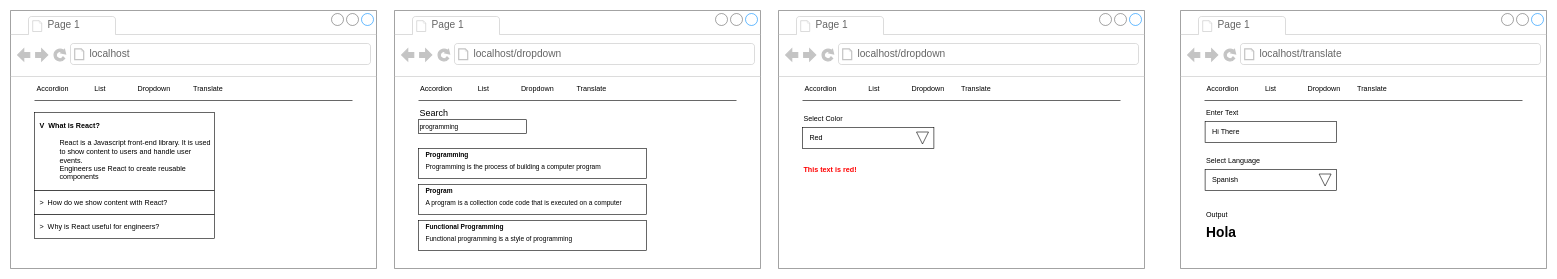
Above: page "01 - mock" (1 of 6) of diagrams/widgets/04.drawio in HappySuzuki/redux-code (draw.io), before the change. Source tidied: cells renumbered, new cells numbered last; positions are measured from the earlier drawing's top-left corner, leaving out a move shared by most shapes. Both pictures are drawn from the tidied source at 60%, with x=0, y=0 at pixel (10, 10).
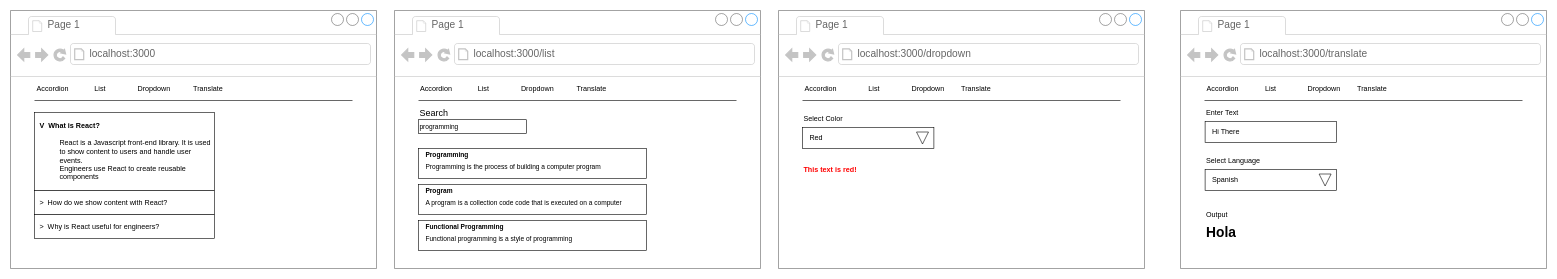
After the change.

Unchanged cells that the change refers to:
```xml
<mxCell id="2" style="strokeWidth=1;shadow=0;dashed=0;align=center;html=1;shape=mxgraph.mockup.containers.browserWindow;rSize=0;strokeColor=#666666;strokeColor2=#008cff;strokeColor3=#c4c4c4;mainText=,;" parent="1" vertex="1">
  <mxGeometry width="610" height="430" as="geometry" />
</mxCell>
<mxCell id="13" style="strokeWidth=1;shadow=0;dashed=0;align=center;html=1;shape=mxgraph.mockup.containers.browserWindow;rSize=0;strokeColor=#666666;strokeColor2=#008cff;strokeColor3=#c4c4c4;mainText=,;" parent="1" vertex="1">
  <mxGeometry x="1280" width="610" height="430" as="geometry" />
</mxCell>
<mxCell id="26" style="strokeWidth=1;shadow=0;dashed=0;align=center;html=1;shape=mxgraph.mockup.containers.browserWindow;rSize=0;strokeColor=#666666;strokeColor2=#008cff;strokeColor3=#c4c4c4;mainText=,;" parent="1" vertex="1">
  <mxGeometry x="1950" width="610" height="430" as="geometry" />
</mxCell>
<mxCell id="43" style="strokeWidth=1;shadow=0;dashed=0;align=center;html=1;shape=mxgraph.mockup.containers.browserWindow;rSize=0;strokeColor=#666666;strokeColor2=#008cff;strokeColor3=#c4c4c4;mainText=,;" parent="1" vertex="1">
  <mxGeometry x="640" width="610" height="430" as="geometry" />
</mxCell>
```

Diff of the diagram source:
```diff
@@
-    <mxCell id="4" value="localhost" style="strokeWidth=1;shadow=0;dashed=0;align=center;html=1;shape=mxgraph.mockup.containers.anchor;rSize=0;fontSize=17;fontColor=#666666;align=left;" parent="2" vertex="1">
+    <mxCell id="4" value="localhost:3000" style="strokeWidth=1;shadow=0;dashed=0;align=center;html=1;shape=mxgraph.mockup.containers.anchor;rSize=0;fontSize=17;fontColor=#666666;align=left;" parent="2" vertex="1">
       <mxGeometry x="130" y="60" width="250" height="26" as="geometry" />
     </mxCell>
@@
-    <mxCell id="15" value="localhost/dropdown" style="strokeWidth=1;shadow=0;dashed=0;align=center;html=1;shape=mxgraph.mockup.containers.anchor;rSize=0;fontSize=17;fontColor=#666666;align=left;" parent="13" vertex="1">
+    <mxCell id="15" value="localhost:3000/dropdown" style="strokeWidth=1;shadow=0;dashed=0;align=center;html=1;shape=mxgraph.mockup.containers.anchor;rSize=0;fontSize=17;fontColor=#666666;align=left;" parent="13" vertex="1">
       <mxGeometry x="130" y="60" width="250" height="26" as="geometry" />
     </mxCell>
@@
-    <mxCell id="28" value="localhost/translate" style="strokeWidth=1;shadow=0;dashed=0;align=center;html=1;shape=mxgraph.mockup.containers.anchor;rSize=0;fontSize=17;fontColor=#666666;align=left;" parent="26" vertex="1">
+    <mxCell id="28" value="localhost:3000/translate" style="strokeWidth=1;shadow=0;dashed=0;align=center;html=1;shape=mxgraph.mockup.containers.anchor;rSize=0;fontSize=17;fontColor=#666666;align=left;" parent="26" vertex="1">
       <mxGeometry x="130" y="60" width="250" height="26" as="geometry" />
     </mxCell>
@@
-    <mxCell id="45" value="localhost/dropdown" style="strokeWidth=1;shadow=0;dashed=0;align=center;html=1;shape=mxgraph.mockup.containers.anchor;rSize=0;fontSize=17;fontColor=#666666;align=left;" parent="43" vertex="1">
+    <mxCell id="45" value="localhost:3000/list" style="strokeWidth=1;shadow=0;dashed=0;align=center;html=1;shape=mxgraph.mockup.containers.anchor;rSize=0;fontSize=17;fontColor=#666666;align=left;" parent="43" vertex="1">
       <mxGeometry x="130" y="60" width="250" height="26" as="geometry" />
     </mxCell>
```
